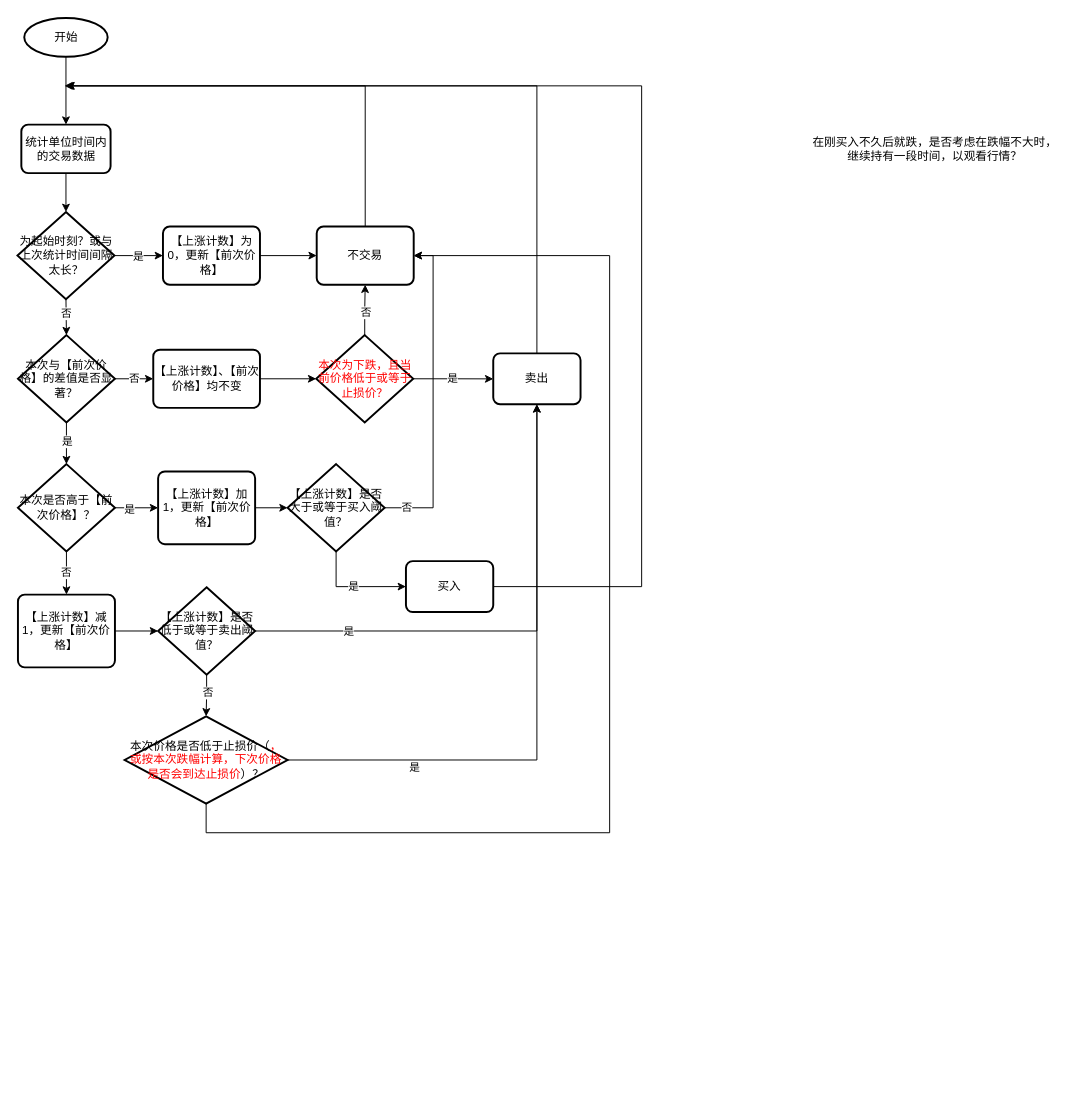
Earlier version of the draw.io diagram net-count-trading.drawio (haycheng/draw.io). Source tidied: cells renumbered, new cells numbered last; positions are measured from the earlier drawing's top-left corner, leaving out a move shared by most shapes. Both pictures are drawn from the tidied source at 97%, with x=0, y=0 at pixel (17, 17).
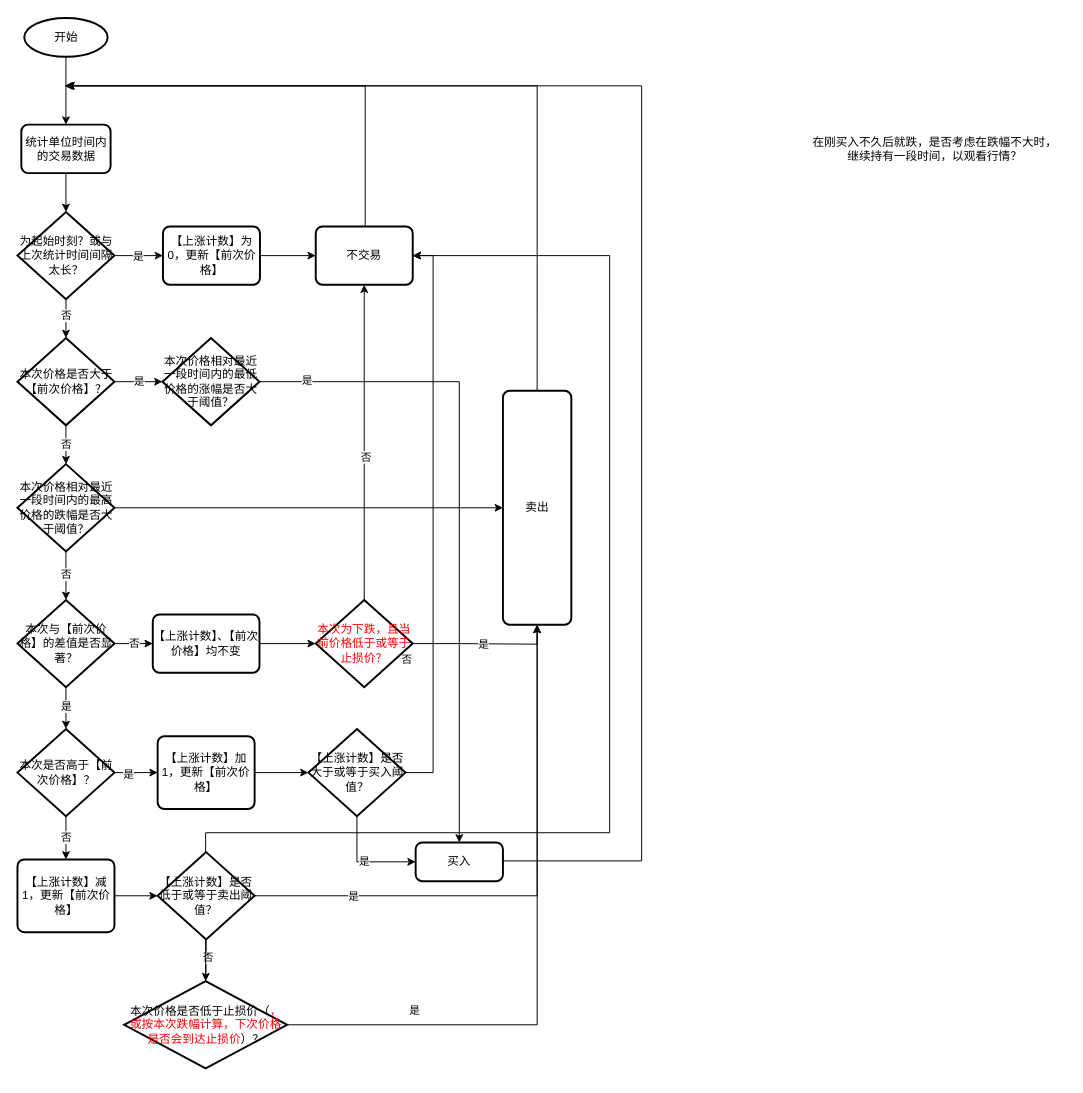
After the change.

Unchanged cells that the change refers to:
```xml
<mxCell id="10" value="为起始时刻？或与上次统计时间间隔太长？" style="strokeWidth=2;html=1;shape=mxgraph.flowchart.decision;whiteSpace=wrap;" parent="1" vertex="1">
  <mxGeometry x="-0.5" y="200" width="100" height="90" as="geometry" />
</mxCell>
```

Change to the diagram source:
```diff
@@
-    <mxCell id="8" style="edgeStyle=orthogonalEdgeStyle;rounded=0;jettySize=auto;html=1;exitX=0.5;exitY=1;exitDx=0;exitDy=0;exitPerimeter=0;entryX=0.5;entryY=0;entryDx=0;entryDy=0;entryPerimeter=0;" parent="1" edge="1" source="10" target="18">
+    <mxCell id="8" style="edgeStyle=orthogonalEdgeStyle;rounded=0;jettySize=auto;html=1;exitX=0.5;exitY=1;exitDx=0;exitDy=0;exitPerimeter=0;entryX=0.5;entryY=0;entryDx=0;entryDy=0;entryPerimeter=0;" parent="1" edge="1" source="10" target="54">
       <mxGeometry relative="1" as="geometry" />
     </mxCell>
@@
     <mxCell id="14" value="不交易" style="rounded=1;whiteSpace=wrap;html=1;absoluteArcSize=1;arcSize=14;strokeWidth=2;" parent="1" vertex="1">
-      <mxGeometry x="308" y="215" width="100" height="60" as="geometry" />
+      <mxGeometry x="307" y="215" width="100" height="60" as="geometry" />
     </mxCell>
@@
     <mxCell id="18" value="本次与【前次价格】的差值是否显著？" style="strokeWidth=2;html=1;shape=mxgraph.flowchart.decision;whiteSpace=wrap;" parent="1" vertex="1">
-      <mxGeometry y="327" width="100" height="90" as="geometry" />
+      <mxGeometry x="-0.5" y="600" width="100" height="90" as="geometry" />
     </mxCell>
@@
     <mxCell id="20" value="【上涨计数】、【前次价格】均不变" style="rounded=1;whiteSpace=wrap;html=1;absoluteArcSize=1;arcSize=14;strokeWidth=2;" parent="1" vertex="1">
-      <mxGeometry x="139.5" y="342" width="110" height="60" as="geometry" />
+      <mxGeometry x="139" y="615" width="110" height="60" as="geometry" />
     </mxCell>
@@
     <mxCell id="24" value="本次是否高于【前次价格】？" style="strokeWidth=2;html=1;shape=mxgraph.flowchart.decision;whiteSpace=wrap;" parent="1" vertex="1">
-      <mxGeometry y="460" width="100" height="90" as="geometry" />
+      <mxGeometry x="-0.5" y="733" width="100" height="90" as="geometry" />
     </mxCell>
@@
     <mxCell id="26" value="【上涨计数】加1，更新【前次价格】" style="rounded=1;whiteSpace=wrap;html=1;absoluteArcSize=1;arcSize=14;strokeWidth=2;" parent="1" vertex="1">
-      <mxGeometry x="144.5" y="467.5" width="100" height="75" as="geometry" />
+      <mxGeometry x="144" y="740.5" width="100" height="75" as="geometry" />
     </mxCell>
     <mxCell id="27" style="edgeStyle=orthogonalEdgeStyle;rounded=0;jettySize=auto;html=1;exitX=1;exitY=0.5;exitDx=0;exitDy=0;exitPerimeter=0;entryX=1;entryY=0.5;entryDx=0;entryDy=0;" parent="1" edge="1" source="30" target="14">
       <mxGeometry relative="1" as="geometry">
         <Array as="points">
-          <mxPoint x="428" y="505" />
+          <mxPoint x="428" y="778" />
           <mxPoint x="428" y="245" />
         </Array>
       </mxGeometry>
     </mxCell>
@@
     <mxCell id="30" value="【上涨计数】是否大于或等于买入阈值？" style="strokeWidth=2;html=1;shape=mxgraph.flowchart.decision;whiteSpace=wrap;" parent="1" vertex="1">
-      <mxGeometry x="278" y="460" width="100" height="90" as="geometry" />
+      <mxGeometry x="299.5" y="733" width="100" height="90" as="geometry" />
     </mxCell>
     <mxCell id="31" style="edgeStyle=orthogonalEdgeStyle;rounded=0;jettySize=auto;html=1;exitX=1;exitY=0.5;exitDx=0;exitDy=0;" parent="1" edge="1" source="32">
       <mxGeometry relative="1" as="geometry">
         <mxPoint x="48" y="70" as="targetPoint" />
         <Array as="points">
-          <mxPoint x="643" y="586" />
+          <mxPoint x="643" y="869" />
           <mxPoint x="643" y="70" />
         </Array>
       </mxGeometry>
     </mxCell>
     <mxCell id="32" value="买入" style="rounded=1;whiteSpace=wrap;html=1;absoluteArcSize=1;arcSize=14;strokeWidth=2;" parent="1" vertex="1">
-      <mxGeometry x="400" y="560" width="90" height="52.5" as="geometry" />
+      <mxGeometry x="410" y="850" width="90" height="40" as="geometry" />
     </mxCell>
     <mxCell id="33" style="edgeStyle=orthogonalEdgeStyle;rounded=0;jettySize=auto;html=1;entryX=0.5;entryY=1;entryDx=0;entryDy=0;exitX=1;exitY=0.5;exitDx=0;exitDy=0;exitPerimeter=0;" parent="1" edge="1" source="50" target="48">
       <mxGeometry relative="1" as="geometry">
         <Array as="points">
-          <mxPoint x="535" y="632" />
+          <mxPoint x="534.5" y="905" />
         </Array>
       </mxGeometry>
     </mxCell>
@@
     <mxCell id="38" value="【上涨计数】减1，更新【前次价格】" style="rounded=1;whiteSpace=wrap;html=1;absoluteArcSize=1;arcSize=14;strokeWidth=2;" parent="1" vertex="1">
-      <mxGeometry y="594.5" width="100" height="75" as="geometry" />
+      <mxGeometry x="-0.5" y="867.5" width="100" height="75" as="geometry" />
     </mxCell>
@@
     <mxCell id="42" value="本次价格是否低于止损价（&lt;font color=&quot;#ff0000&quot;&gt;，或按本次跌幅计算，下次价格是否会到达止损价&lt;/font&gt;）？" style="strokeWidth=2;html=1;shape=mxgraph.flowchart.decision;whiteSpace=wrap;" parent="1" vertex="1">
-      <mxGeometry x="110" y="720" width="168" height="90" as="geometry" />
+      <mxGeometry x="109.5" y="993" width="168" height="90" as="geometry" />
     </mxCell>
@@
-    <mxCell id="45" value="是" style="edgeStyle=orthogonalEdgeStyle;rounded=0;jettySize=auto;html=1;exitX=1;exitY=0.5;exitDx=0;exitDy=0;exitPerimeter=0;" parent="1" edge="1" source="46" target="48">
+    <mxCell id="45" value="是" style="edgeStyle=orthogonalEdgeStyle;rounded=0;jettySize=auto;html=1;exitX=1;exitY=0.5;exitDx=0;exitDy=0;exitPerimeter=0;entryX=0.5;entryY=1;entryDx=0;entryDy=0;" parent="1" edge="1" source="46" target="48">
       <mxGeometry relative="1" as="geometry" />
     </mxCell>
     <mxCell id="46" value="本次为下跌，且当前价格低于或等于止损价？" style="strokeWidth=2;html=1;shape=mxgraph.flowchart.decision;whiteSpace=wrap;fontColor=#FF0000;" parent="1" vertex="1">
-      <mxGeometry x="307.5" y="327" width="100" height="90" as="geometry" />
+      <mxGeometry x="307" y="600" width="100" height="90" as="geometry" />
     </mxCell>
@@
     <mxCell id="48" value="卖出" style="rounded=1;whiteSpace=wrap;html=1;absoluteArcSize=1;arcSize=14;strokeWidth=2;" parent="1" vertex="1">
-      <mxGeometry x="490" y="345.8" width="90" height="52.5" as="geometry" />
+      <mxGeometry x="500" y="384.4" width="70.5" height="241.2" as="geometry" />
     </mxCell>
@@
     <mxCell id="50" value="【上涨计数】是否低于或等于卖出阈值？" style="strokeWidth=2;html=1;shape=mxgraph.flowchart.decision;whiteSpace=wrap;" parent="1" vertex="1">
-      <mxGeometry x="144.5" y="587" width="100" height="90" as="geometry" />
+      <mxGeometry x="144" y="860" width="100" height="90" as="geometry" />
     </mxCell>
+    <mxCell id="51" value="是" style="edgeStyle=orthogonalEdgeStyle;rounded=0;jettySize=auto;html=1;exitX=1;exitY=0.5;exitDx=0;exitDy=0;exitPerimeter=0;entryX=0;entryY=0.5;entryDx=0;entryDy=0;entryPerimeter=0;" parent="1" edge="1" source="54" target="57">
+      <mxGeometry relative="1" as="geometry" />
+    </mxCell>
+    <mxCell id="52" style="edgeStyle=orthogonalEdgeStyle;rounded=0;jettySize=auto;html=1;exitX=0.5;exitY=1;exitDx=0;exitDy=0;exitPerimeter=0;entryX=0.5;entryY=0;entryDx=0;entryDy=0;entryPerimeter=0;" parent="1" edge="1" source="54" target="61">
+      <mxGeometry relative="1" as="geometry" />
+    </mxCell>
+    <mxCell id="53" value="否" style="edgeLabel;html=1;align=center;verticalAlign=middle;" parent="52" vertex="1">
+      <mxGeometry x="-0.05" relative="1" as="geometry" />
+    </mxCell>
+    <mxCell id="54" value="本次价格是否大于【前次价格】？" style="strokeWidth=2;html=1;shape=mxgraph.flowchart.decision;whiteSpace=wrap;" parent="1" vertex="1">
+      <mxGeometry x="-0.5" y="330" width="100" height="90" as="geometry" />
+    </mxCell>
+    <mxCell id="55" style="edgeStyle=orthogonalEdgeStyle;rounded=0;jettySize=auto;html=1;exitX=1;exitY=0.5;exitDx=0;exitDy=0;exitPerimeter=0;entryX=0.5;entryY=0;entryDx=0;entryDy=0;" parent="1" edge="1" source="57" target="32">
+      <mxGeometry relative="1" as="geometry" />
+    </mxCell>
+    <mxCell id="56" value="是" style="edgeLabel;html=1;align=center;verticalAlign=middle;" parent="55" vertex="1">
+      <mxGeometry x="-0.86" y="2" relative="1" as="geometry" />
+    </mxCell>
+    <mxCell id="57" value="本次价格相对最近一段时间内的最低价格的涨幅是否大于阈值？" style="strokeWidth=2;html=1;shape=mxgraph.flowchart.decision;whiteSpace=wrap;" parent="1" vertex="1">
+      <mxGeometry x="149" y="330" width="100" height="90" as="geometry" />
+    </mxCell>
+    <mxCell id="58" style="edgeStyle=orthogonalEdgeStyle;rounded=0;jettySize=auto;html=1;exitX=0.5;exitY=1;exitDx=0;exitDy=0;exitPerimeter=0;" parent="1" edge="1" source="61" target="18">
+      <mxGeometry relative="1" as="geometry" />
+    </mxCell>
+    <mxCell id="59" value="否" style="edgeLabel;html=1;align=center;verticalAlign=middle;" parent="58" vertex="1">
+      <mxGeometry x="-0.08" y="2" relative="1" as="geometry">
+        <mxPoint x="-2" as="offset" />
+      </mxGeometry>
+    </mxCell>
+    <mxCell id="60" style="edgeStyle=orthogonalEdgeStyle;rounded=0;jettySize=auto;html=1;exitX=1;exitY=0.5;exitDx=0;exitDy=0;exitPerimeter=0;entryX=0;entryY=0.5;entryDx=0;entryDy=0;" parent="1" edge="1" source="61" target="48">
+      <mxGeometry relative="1" as="geometry" />
+    </mxCell>
+    <mxCell id="61" value="本次价格相对最近一段时间内的最高价格的跌幅是否大于阈值？" style="strokeWidth=2;html=1;shape=mxgraph.flowchart.decision;whiteSpace=wrap;" parent="1" vertex="1">
+      <mxGeometry x="-0.5" y="460" width="100" height="90" as="geometry" />
+    </mxCell>
```
